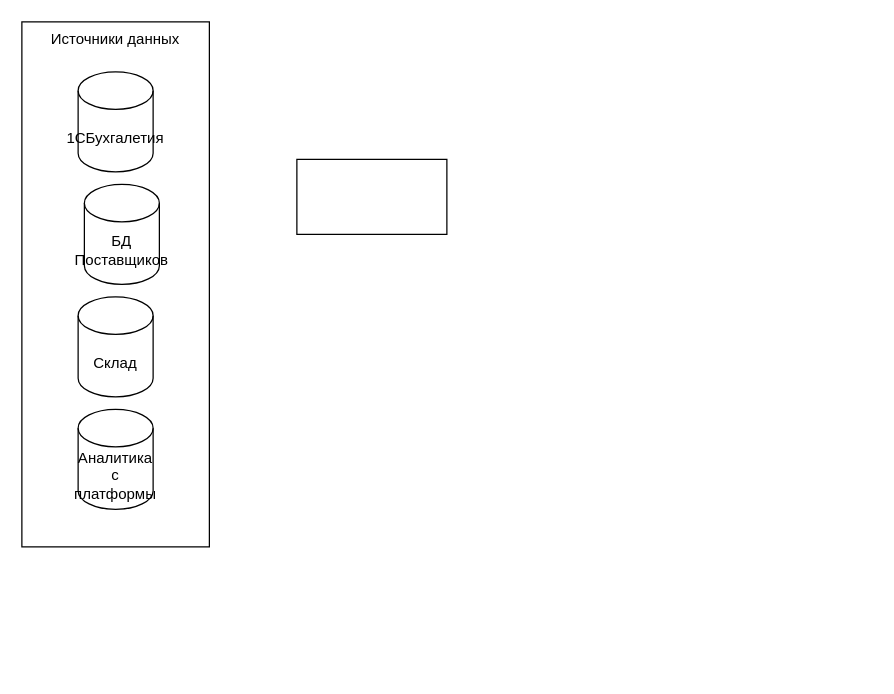
Earlier version of the draw.io diagram Диаграмма без названия.drawio (vidutyshev/Inn_dataset). Source tidied: cells renumbered, new cells numbered last; positions are measured from the earlier drawing's top-left corner, leaving out a move shared by most shapes. Both pictures are drawn from the tidied source at 125%, with x=0, y=0 at pixel (21, 21).
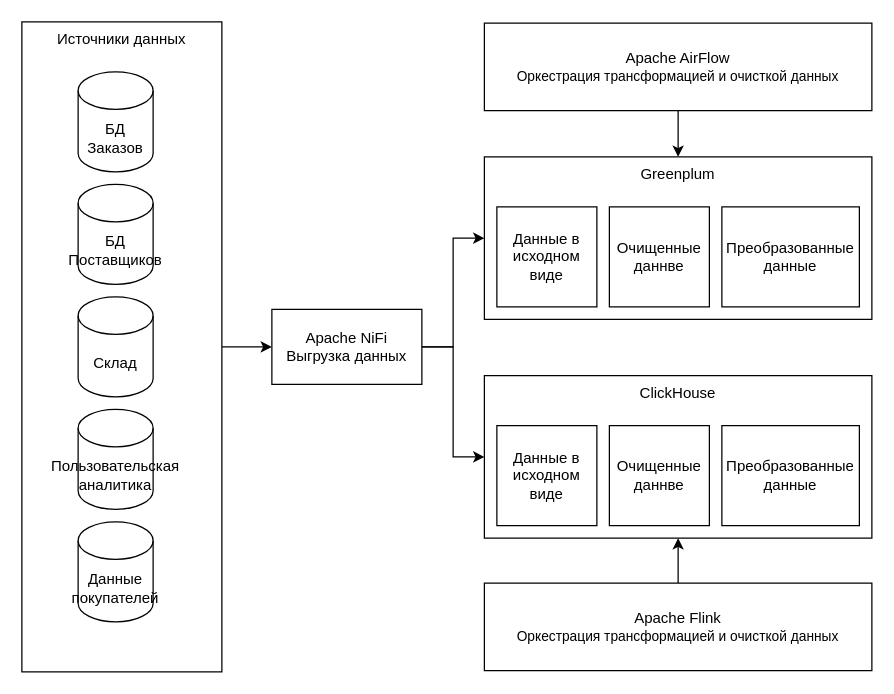
The same diagram, later.

Diff of the diagram source:
```diff
@@
+    <mxCell id="8" style="edgeStyle=orthogonalEdgeStyle;rounded=0;jettySize=auto;html=1;exitX=1;exitY=0.5;exitDx=0;exitDy=0;entryX=0;entryY=0.5;entryDx=0;entryDy=0;" parent="1" edge="1" source="2" target="7">
+      <mxGeometry relative="1" as="geometry" />
+    </mxCell>
     <mxCell id="2" value="Источники данных" style="rounded=0;whiteSpace=wrap;html=1;verticalAlign=top;" parent="1" vertex="1">
-      <mxGeometry width="150" height="420" as="geometry" />
+      <mxGeometry width="160" height="520" as="geometry" />
     </mxCell>
-    <mxCell id="3" value="1СБухгалетия" style="shape=cylinder3;whiteSpace=wrap;html=1;boundedLbl=1;backgroundOutline=1;size=15;" parent="1" vertex="1">
+    <mxCell id="3" value="БД Заказов" style="shape=cylinder3;whiteSpace=wrap;html=1;boundedLbl=1;backgroundOutline=1;size=15;" parent="1" vertex="1">
       <mxGeometry x="45" y="40" width="60" height="80" as="geometry" />
     </mxCell>
     <mxCell id="4" value="БД Поставщиков" style="shape=cylinder3;whiteSpace=wrap;html=1;boundedLbl=1;backgroundOutline=1;size=15;" parent="1" vertex="1">
-      <mxGeometry x="50" y="130" width="60" height="80" as="geometry" />
+      <mxGeometry x="45" y="130" width="60" height="80" as="geometry" />
     </mxCell>
@@
-    <mxCell id="6" value="Аналитика с платформы" style="shape=cylinder3;whiteSpace=wrap;html=1;boundedLbl=1;backgroundOutline=1;size=15;" parent="1" vertex="1">
+    <mxCell id="6" value="Пользовательская аналитика" style="shape=cylinder3;whiteSpace=wrap;html=1;boundedLbl=1;backgroundOutline=1;size=15;" parent="1" vertex="1">
       <mxGeometry x="45" y="310" width="60" height="80" as="geometry" />
     </mxCell>
+    <mxCell id="9" style="edgeStyle=orthogonalEdgeStyle;rounded=0;jettySize=auto;html=1;exitX=1;exitY=0.5;exitDx=0;exitDy=0;entryX=0;entryY=0.5;entryDx=0;entryDy=0;" parent="1" edge="1" source="7" target="18">
+      <mxGeometry relative="1" as="geometry" />
+    </mxCell>
-    <mxCell id="7" style="rounded=0;whiteSpace=wrap;html=1;" parent="1" vertex="1">
-      <mxGeometry x="220" y="110" width="120" height="60" as="geometry" />
+    <mxCell id="7" value="Apache NiFi&lt;div&gt;Выгрузка данных&lt;/div&gt;" style="rounded=0;whiteSpace=wrap;html=1;" parent="1" vertex="1">
+      <mxGeometry x="200" y="230" width="120" height="60" as="geometry" />
     </mxCell>
+    <mxCell id="10" value="Greenplum" style="rounded=0;whiteSpace=wrap;html=1;verticalAlign=top;" parent="1" vertex="1">
+      <mxGeometry x="370" y="108" width="310" height="130" as="geometry" />
+    </mxCell>
+    <mxCell id="11" style="edgeStyle=orthogonalEdgeStyle;rounded=0;jettySize=auto;html=1;" parent="1" edge="1" source="12" target="10">
+      <mxGeometry relative="1" as="geometry" />
+    </mxCell>
+    <mxCell id="12" value="Apache AirFlow&lt;div&gt;&lt;span style=&quot;font-size: 11px; text-wrap: nowrap; background-color: rgb(255, 255, 255);&quot;&gt;Оркестрация трансформацией и очисткой данных&lt;/span&gt;&lt;br&gt;&lt;/div&gt;" style="rounded=0;whiteSpace=wrap;html=1;rotation=0;" parent="1" vertex="1">
+      <mxGeometry x="370" y="1" width="310" height="70" as="geometry" />
+    </mxCell>
+    <mxCell id="13" value="Данные в исходном виде" style="whiteSpace=wrap;html=1;" parent="1" vertex="1">
+      <mxGeometry x="380" y="148" width="80" height="80" as="geometry" />
+    </mxCell>
+    <mxCell id="14" value="Очищенные даннве" style="whiteSpace=wrap;html=1;" parent="1" vertex="1">
+      <mxGeometry x="470" y="148" width="80" height="80" as="geometry" />
+    </mxCell>
+    <mxCell id="15" value="Преобразованные данные" style="rounded=0;whiteSpace=wrap;html=1;" parent="1" vertex="1">
+      <mxGeometry x="560" y="148" width="110" height="80" as="geometry" />
+    </mxCell>
+    <mxCell id="16" style="edgeStyle=orthogonalEdgeStyle;rounded=0;jettySize=auto;html=1;entryX=0;entryY=0.5;entryDx=0;entryDy=0;exitX=1;exitY=0.5;exitDx=0;exitDy=0;" parent="1" edge="1" source="7" target="10">
+      <mxGeometry relative="1" as="geometry" />
+    </mxCell>
+    <mxCell id="17" value="Данные покупателей" style="shape=cylinder3;whiteSpace=wrap;html=1;boundedLbl=1;backgroundOutline=1;size=15;" parent="1" vertex="1">
+      <mxGeometry x="45" y="400" width="60" height="80" as="geometry" />
+    </mxCell>
+    <mxCell id="18" value="ClickHouse" style="rounded=0;whiteSpace=wrap;html=1;verticalAlign=top;" parent="1" vertex="1">
+      <mxGeometry x="370" y="283" width="310" height="130" as="geometry" />
+    </mxCell>
+    <mxCell id="19" value="Данные в исходном виде" style="whiteSpace=wrap;html=1;" parent="1" vertex="1">
+      <mxGeometry x="380" y="323" width="80" height="80" as="geometry" />
+    </mxCell>
+    <mxCell id="20" value="Очищенные даннве" style="whiteSpace=wrap;html=1;" parent="1" vertex="1">
+      <mxGeometry x="470" y="323" width="80" height="80" as="geometry" />
+    </mxCell>
+    <mxCell id="21" value="Преобразованные данные" style="rounded=0;whiteSpace=wrap;html=1;" parent="1" vertex="1">
+      <mxGeometry x="560" y="323" width="110" height="80" as="geometry" />
+    </mxCell>
+    <mxCell id="22" style="edgeStyle=orthogonalEdgeStyle;rounded=0;jettySize=auto;html=1;entryX=0.5;entryY=1;entryDx=0;entryDy=0;" parent="1" edge="1" source="23" target="18">
+      <mxGeometry relative="1" as="geometry" />
+    </mxCell>
+    <mxCell id="23" value="Apache Flink&lt;div&gt;&lt;span style=&quot;font-size: 11px; text-wrap: nowrap; background-color: rgb(255, 255, 255);&quot;&gt;Оркестрация трансформацией и очисткой данных&lt;/span&gt;&lt;br&gt;&lt;/div&gt;" style="rounded=0;whiteSpace=wrap;html=1;rotation=0;" parent="1" vertex="1">
+      <mxGeometry x="370" y="449" width="310" height="70" as="geometry" />
+    </mxCell>
```
